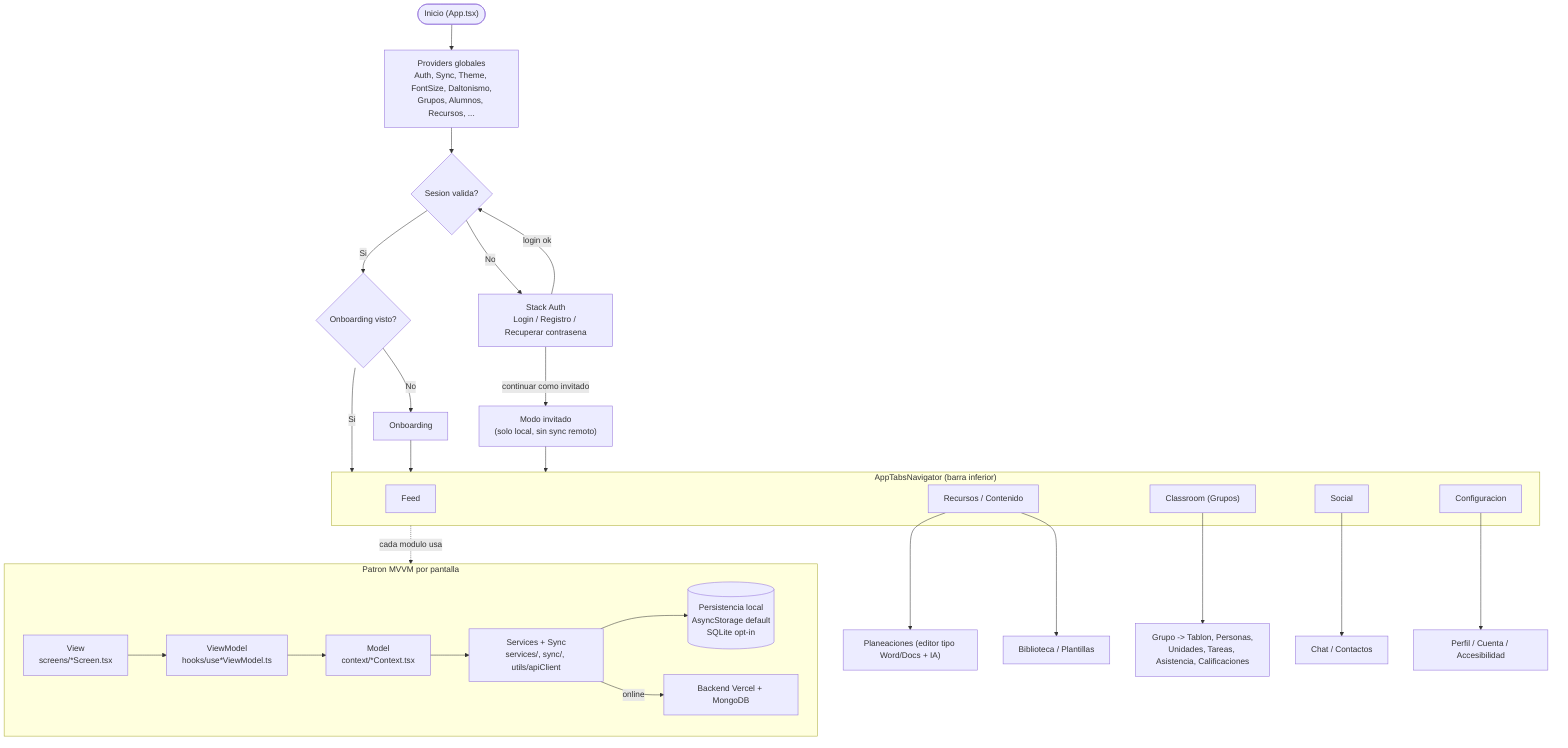
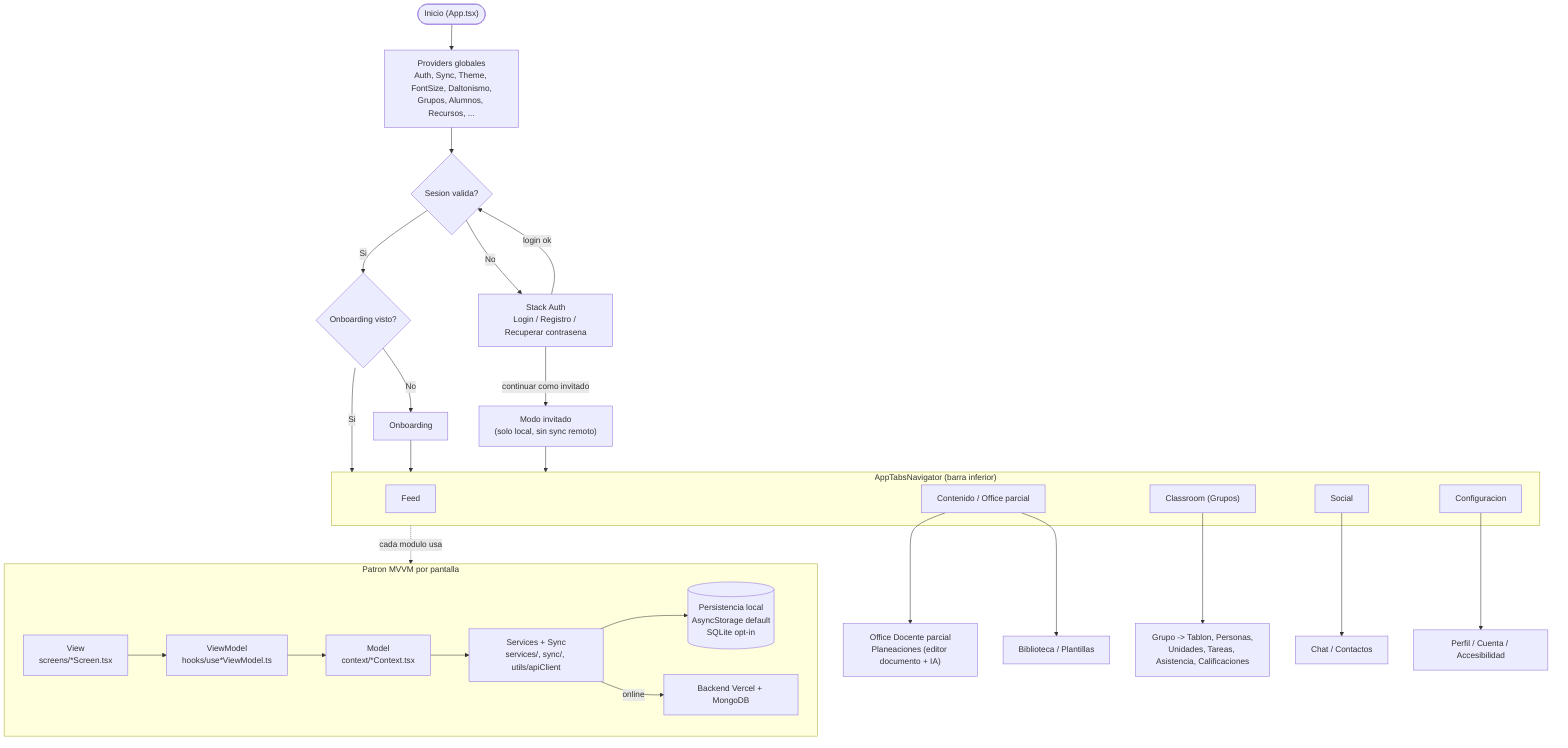
%% Arquitectura de la App - Flujo de usuario + capas MVVM
%% PlanearIA React Native + Expo, offline-first
flowchart TD
    start(["Inicio (App.tsx)"]) --> providers["Providers globales<br/>Auth, Sync, Theme, FontSize, Daltonismo,<br/>Grupos, Alumnos, Recursos, ..."]
    providers --> authCheck{"Sesion valida?"}

    authCheck -->|"No"| authStack["Stack Auth<br/>Login / Registro / Recuperar contrasena"]
    authStack -->|"login ok"| authCheck
    authStack -->|"continuar como invitado"| guest["Modo invitado<br/>(solo local, sin sync remoto)"]

    authCheck -->|"Si"| onboarding{"Onboarding visto?"}
    onboarding -->|"No"| onb["Onboarding"]
    onboarding -->|"Si"| tabs
    onb --> tabs
    guest --> tabs

    subgraph tabs["AppTabsNavigator (barra inferior)"]
        feed["Feed"]
-         recursos["Recursos / Contenido"]
+         recursos["Contenido / Office parcial"]
        classroom["Classroom (Grupos)"]
        social["Social"]
        config["Configuracion"]
    end

    classroom --> grupos["Grupo -> Tablon, Personas,<br/>Unidades, Tareas, Asistencia, Calificaciones"]
-     recursos --> plan["Planeaciones (editor tipo Word/Docs + IA)"]
+     recursos --> plan["Office Docente parcial<br/>Planeaciones (editor documento + IA)"]
    recursos --> biblio["Biblioteca / Plantillas"]
    social --> chat["Chat / Contactos"]
    config --> cuenta["Perfil / Cuenta / Accesibilidad"]

    %% Capas MVVM que atraviesan cada pantalla
    subgraph mvvm["Patron MVVM por pantalla"]
        direction LR
        view["View<br/>screens/*Screen.tsx"] --> viewmodel["ViewModel<br/>hooks/use*ViewModel.ts"]
        viewmodel --> model["Model<br/>context/*Context.tsx"]
        model --> svc["Services + Sync<br/>services/, sync/, utils/apiClient"]
        svc --> persist[("Persistencia local<br/>AsyncStorage default<br/>SQLite opt-in")]
        svc -->|"online"| remote["Backend Vercel + MongoDB"]
    end

    tabs -.->|"cada modulo usa"| mvvm
